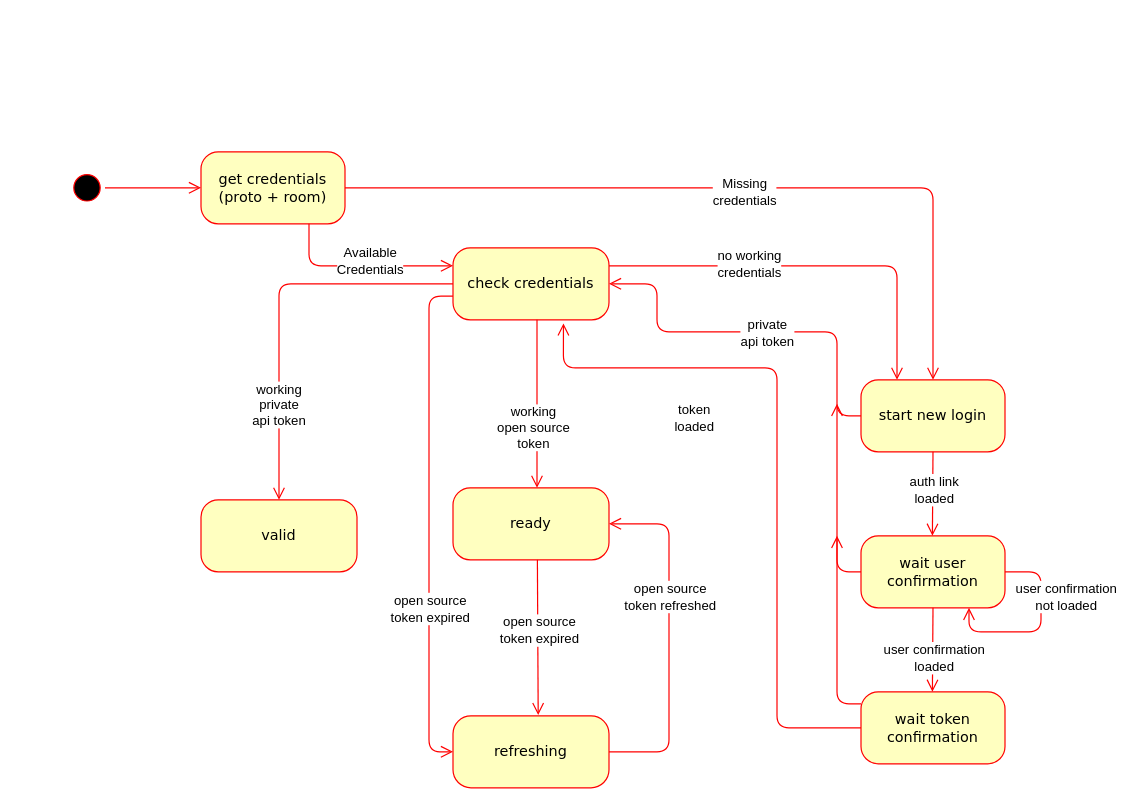
The draw.io diagram extra_assets/fsm_authentication.drawio in LivingWithHippos/unchained-android, before the edit. Source tidied: cells renumbered, new cells numbered last; positions are measured from the earlier drawing's top-left corner, leaving out a move shared by most shapes. Both pictures are drawn from the tidied source at 120%, with x=0, y=0 at pixel (68, 151).
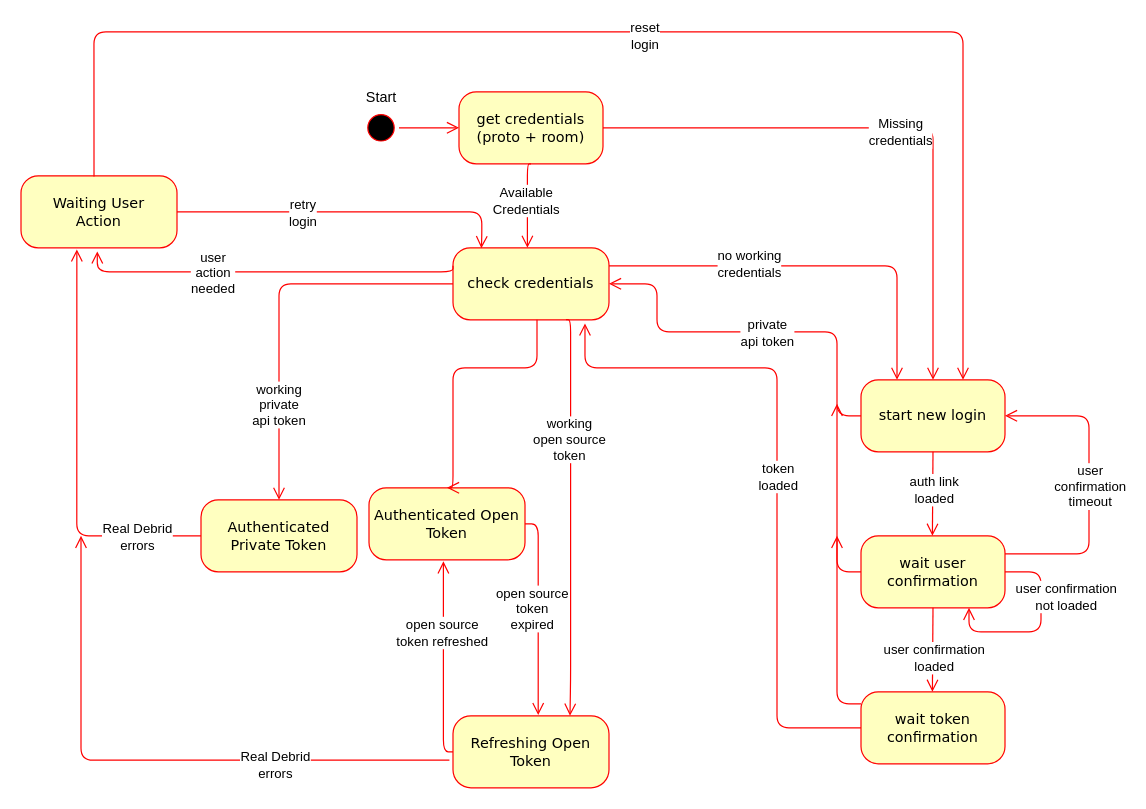
The same diagram, later.

The change refers to these unchanged cells:
```xml
<mxCell id="6" value="check credentials" style="rounded=1;whiteSpace=wrap;html=1;arcSize=24;fillColor=#ffffc0;strokeColor=#ff0000;shadow=0;comic=0;labelBackgroundColor=none;fontFamily=Verdana;fontSize=12;fontColor=#000000;align=center;" parent="1" vertex="1">
  <mxGeometry x="320" y="80" width="130" height="60" as="geometry" />
</mxCell>
<mxCell id="9" value="start new login" style="rounded=1;whiteSpace=wrap;html=1;arcSize=24;fillColor=#ffffc0;strokeColor=#ff0000;shadow=0;comic=0;labelBackgroundColor=none;fontFamily=Verdana;fontSize=12;fontColor=#000000;align=center;" parent="1" vertex="1">
  <mxGeometry x="660" y="190" width="120" height="60" as="geometry" />
</mxCell>
<mxCell id="20" value="wait user confirmation" style="rounded=1;whiteSpace=wrap;html=1;arcSize=24;fillColor=#ffffc0;strokeColor=#ff0000;shadow=0;comic=0;labelBackgroundColor=none;fontFamily=Verdana;fontSize=12;fontColor=#000000;align=center;" parent="1" vertex="1">
  <mxGeometry x="660" y="320" width="120" height="60" as="geometry" />
</mxCell>
<mxCell id="21" value="&lt;div&gt;wait token&lt;/div&gt;&lt;div&gt;confirmation&lt;br&gt;&lt;/div&gt;" style="rounded=1;whiteSpace=wrap;html=1;arcSize=24;fillColor=#ffffc0;strokeColor=#ff0000;shadow=0;comic=0;labelBackgroundColor=none;fontFamily=Verdana;fontSize=12;fontColor=#000000;align=center;" parent="1" vertex="1">
  <mxGeometry x="660" y="450" width="120" height="60" as="geometry" />
</mxCell>
```

Change to the diagram source:
```diff
@@
     <mxCell id="2" style="ellipse;html=1;shape=startState;fillColor=#000000;strokeColor=#ff0000;rounded=1;shadow=0;comic=0;labelBackgroundColor=none;fontFamily=Verdana;fontSize=12;fontColor=#000000;align=center;direction=south;" parent="1" vertex="1">
-      <mxGeometry y="15" width="30" height="30" as="geometry" />
+      <mxGeometry x="245" y="-35" width="30" height="30" as="geometry" />
     </mxCell>
-    <mxCell id="3" value="ready" style="rounded=1;whiteSpace=wrap;html=1;arcSize=24;fillColor=#ffffc0;strokeColor=#ff0000;shadow=0;comic=0;labelBackgroundColor=none;fontFamily=Verdana;fontSize=12;fontColor=#000000;align=center;" parent="1" vertex="1">
-      <mxGeometry x="320" y="280" width="130" height="60" as="geometry" />
+    <mxCell id="3" value="Authenticated Open Token" style="rounded=1;whiteSpace=wrap;html=1;arcSize=24;fillColor=#ffffc0;strokeColor=#ff0000;shadow=0;comic=0;labelBackgroundColor=none;fontFamily=Verdana;fontSize=12;fontColor=#000000;align=center;" parent="1" vertex="1">
+      <mxGeometry x="250" y="280" width="130" height="60" as="geometry" />
     </mxCell>
     <mxCell id="4" value="get credentials (proto + room)" style="rounded=1;whiteSpace=wrap;html=1;arcSize=24;fillColor=#ffffc0;strokeColor=#ff0000;shadow=0;comic=0;labelBackgroundColor=none;fontFamily=Verdana;fontSize=12;fontColor=#000000;align=center;" parent="1" vertex="1">
-      <mxGeometry x="110" width="120" height="60" as="geometry" />
+      <mxGeometry x="325" y="-50" width="120" height="60" as="geometry" />
     </mxCell>
@@
     <mxCell id="7" style="edgeStyle=orthogonalEdgeStyle;html=1;exitX=1;exitY=0.5;labelBackgroundColor=none;endArrow=open;endSize=8;strokeColor=#ff0000;fontFamily=Verdana;fontSize=12;align=left;exitDx=0;exitDy=0;entryX=0.5;entryY=0;entryDx=0;entryDy=0;" parent="1" edge="1" source="4" target="9">
       <mxGeometry relative="1" as="geometry">
         <Array as="points">
-          <mxPoint x="720" y="30" />
+          <mxPoint x="720" y="-20" />
         </Array>
       </mxGeometry>
     </mxCell>
@@
-    <mxCell id="11" style="edgeStyle=orthogonalEdgeStyle;html=1;labelBackgroundColor=none;endArrow=open;endSize=8;strokeColor=#ff0000;fontFamily=Verdana;fontSize=12;align=left;entryX=0;entryY=0.25;entryDx=0;entryDy=0;" parent="1" edge="1" source="4" target="6">
+    <mxCell id="11" style="edgeStyle=orthogonalEdgeStyle;html=1;labelBackgroundColor=none;endArrow=open;endSize=8;strokeColor=#ff0000;fontFamily=Verdana;fontSize=12;align=left;exitX=0.5;exitY=1;exitDx=0;exitDy=0;" parent="1" edge="1" source="4">
       <mxGeometry relative="1" as="geometry">
+        <mxPoint x="382" y="80" as="targetPoint" />
         <Array as="points">
-          <mxPoint x="200" y="95" />
+          <mxPoint x="382" y="10" />
         </Array>
       </mxGeometry>
     </mxCell>
     <mxCell id="12" value="Available&lt;br&gt;Credentials" style="edgeLabel;html=1;align=center;verticalAlign=middle;" parent="1" vertex="1">
-      <mxGeometry x="250" y="90" as="geometry" />
+      <mxGeometry x="380" y="40" as="geometry" />
     </mxCell>
@@
-    <mxCell id="14" value="refreshing" style="rounded=1;whiteSpace=wrap;html=1;arcSize=25;fillColor=#ffffc0;strokeColor=#ff0000;shadow=0;comic=0;labelBackgroundColor=none;fontFamily=Verdana;fontSize=12;fontColor=#000000;align=center;" parent="1" vertex="1">
+    <mxCell id="14" value="Refreshing Open Token" style="rounded=1;whiteSpace=wrap;html=1;arcSize=25;fillColor=#ffffc0;strokeColor=#ff0000;shadow=0;comic=0;labelBackgroundColor=none;fontFamily=Verdana;fontSize=12;fontColor=#000000;align=center;" parent="1" vertex="1">
       <mxGeometry x="320" y="470" width="130" height="60" as="geometry" />
     </mxCell>
-    <mxCell id="15" style="edgeStyle=elbowEdgeStyle;html=1;labelBackgroundColor=none;endArrow=open;endSize=8;strokeColor=#ff0000;fontFamily=Verdana;fontSize=12;align=left;exitX=1;exitY=0.5;exitDx=0;exitDy=0;entryX=1;entryY=0.5;entryDx=0;entryDy=0;" parent="1" edge="1" source="14" target="3">
+    <mxCell id="15" style="edgeStyle=elbowEdgeStyle;html=1;labelBackgroundColor=none;endArrow=open;endSize=8;strokeColor=#ff0000;fontFamily=Verdana;fontSize=12;align=left;exitX=0;exitY=0.5;exitDx=0;exitDy=0;entryX=0.478;entryY=1.021;entryDx=0;entryDy=0;entryPerimeter=0;" parent="1" edge="1" source="14" target="3">
       <mxGeometry relative="1" as="geometry">
         <Array as="points">
+          <mxPoint x="312" y="420" />
           <mxPoint x="500" y="380" />
           <mxPoint x="400" y="370" />
         </Array>
       </mxGeometry>
     </mxCell>
-    <mxCell id="16" style="edgeStyle=orthogonalEdgeStyle;html=1;labelBackgroundColor=none;endArrow=open;endSize=8;strokeColor=#ff0000;fontFamily=Verdana;fontSize=12;align=left;entryX=0.5;entryY=0;entryDx=0;entryDy=0;" parent="1" edge="1">
+    <mxCell id="16" style="edgeStyle=orthogonalEdgeStyle;html=1;labelBackgroundColor=none;endArrow=open;endSize=8;strokeColor=#ff0000;fontFamily=Verdana;fontSize=12;align=left;entryX=0.5;entryY=0;entryDx=0;entryDy=0;" parent="1" edge="1" target="3">
       <mxGeometry relative="1" as="geometry">
         <mxPoint x="390" y="140" as="sourcePoint" />
-        <mxPoint x="390" y="280" as="targetPoint" />
         <Array as="points">
-          <mxPoint x="390" y="270" />
-          <mxPoint x="390" y="270" />
+          <mxPoint x="390" y="180" />
+          <mxPoint x="320" y="180" />
+          <mxPoint x="320" y="280" />
         </Array>
       </mxGeometry>
     </mxCell>
-    <mxCell id="17" value="working &lt;br&gt;&lt;div&gt;open source&lt;/div&gt;&lt;div&gt;token&lt;br&gt;&lt;/div&gt;" style="edgeLabel;html=1;align=center;verticalAlign=middle;" parent="1" vertex="1">
-      <mxGeometry x="390" y="280" as="geometry">
-        <mxPoint x="-4" y="-51" as="offset" />
-      </mxGeometry>
-    </mxCell>
@@
-    <mxCell id="27" style="edgeStyle=orthogonalEdgeStyle;html=1;entryX=0.708;entryY=1.05;labelBackgroundColor=none;endArrow=open;endSize=8;strokeColor=#ff0000;fontFamily=Verdana;fontSize=12;align=left;exitX=0;exitY=0.5;exitDx=0;exitDy=0;entryDx=0;entryDy=0;entryPerimeter=0;" parent="1" edge="1" source="21" target="6">
+    <mxCell id="27" style="edgeStyle=orthogonalEdgeStyle;html=1;entryX=0.846;entryY=1.05;labelBackgroundColor=none;endArrow=open;endSize=8;strokeColor=#ff0000;fontFamily=Verdana;fontSize=12;align=left;exitX=0;exitY=0.5;exitDx=0;exitDy=0;entryDx=0;entryDy=0;entryPerimeter=0;" parent="1" edge="1" source="21" target="6">
       <mxGeometry relative="1" as="geometry">
         <Array as="points">
           <mxPoint x="590" y="480" />
           <mxPoint x="590" y="180" />
-          <mxPoint x="412" y="180" />
+          <mxPoint x="430" y="180" />
         </Array>
       </mxGeometry>
     </mxCell>
     <mxCell id="28" value="&lt;div&gt;token&lt;/div&gt;&lt;div&gt;loaded&lt;br&gt;&lt;/div&gt;" style="edgeLabel;html=1;align=center;verticalAlign=middle;" parent="27" vertex="1">
       <mxGeometry x="0.04" y="-3" relative="1" as="geometry">
-        <mxPoint x="-73" y="-25" as="offset" />
+        <mxPoint x="-3" y="15" as="offset" />
       </mxGeometry>
     </mxCell>
     <mxCell id="29" value="&lt;div&gt;open source&lt;/div&gt;&lt;div&gt;token refreshed&lt;br&gt;&lt;/div&gt;" style="edgeLabel;html=1;align=center;verticalAlign=middle;" parent="1" vertex="1">
-      <mxGeometry x="500" y="370" as="geometry" />
+      <mxGeometry x="310" y="400" as="geometry" />
     </mxCell>
@@
-    <mxCell id="31" style="edgeStyle=elbowEdgeStyle;html=1;labelBackgroundColor=none;endArrow=open;endSize=8;strokeColor=#ff0000;fontFamily=Verdana;fontSize=12;align=left;exitX=0.541;exitY=1.001;exitDx=0;exitDy=0;entryX=0.543;entryY=-0.01;entryDx=0;entryDy=0;entryPerimeter=0;exitPerimeter=0;" parent="1" edge="1" source="3" target="14">
+    <mxCell id="31" style="edgeStyle=elbowEdgeStyle;html=1;labelBackgroundColor=none;endArrow=open;endSize=8;strokeColor=#ff0000;fontFamily=Verdana;fontSize=12;align=left;exitX=1;exitY=0.5;exitDx=0;exitDy=0;entryX=0.543;entryY=-0.01;entryDx=0;entryDy=0;entryPerimeter=0;" parent="1" edge="1" source="3" target="14">
       <mxGeometry relative="1" as="geometry">
         <Array as="points">
           <mxPoint x="391" y="370" />
           <mxPoint x="380" y="370" />
         </Array>
       </mxGeometry>
     </mxCell>
-    <mxCell id="32" value="&lt;div&gt;open source&lt;/div&gt;&lt;div&gt;token expired&lt;br&gt;&lt;/div&gt;" style="edgeLabel;html=1;align=center;verticalAlign=middle;" parent="31" vertex="1">
+    <mxCell id="32" value="&lt;div&gt;open source&lt;/div&gt;&lt;div&gt;token &lt;br&gt;&lt;/div&gt;&lt;div&gt;expired&lt;br&gt;&lt;/div&gt;" style="edgeLabel;html=1;align=center;verticalAlign=middle;" parent="31" vertex="1">
       <mxGeometry x="-0.37" y="-1" relative="1" as="geometry">
-        <mxPoint x="1" y="18" as="offset" />
+        <mxPoint x="-5" y="27" as="offset" />
       </mxGeometry>
     </mxCell>
@@
-    <mxCell id="35" value="valid" style="rounded=1;whiteSpace=wrap;html=1;arcSize=24;fillColor=#ffffc0;strokeColor=#ff0000;shadow=0;comic=0;labelBackgroundColor=none;fontFamily=Verdana;fontSize=12;fontColor=#000000;align=center;" parent="1" vertex="1">
+    <mxCell id="35" value="&lt;div&gt;Authenticated Private Token&lt;/div&gt;" style="rounded=1;whiteSpace=wrap;html=1;arcSize=24;fillColor=#ffffc0;strokeColor=#ff0000;shadow=0;comic=0;labelBackgroundColor=none;fontFamily=Verdana;fontSize=12;fontColor=#000000;align=center;" parent="1" vertex="1">
       <mxGeometry x="110" y="290" width="130" height="60" as="geometry" />
     </mxCell>
@@
-    <mxCell id="38" style="edgeStyle=orthogonalEdgeStyle;html=1;labelBackgroundColor=none;endArrow=open;endSize=8;strokeColor=#ff0000;fontFamily=Verdana;fontSize=12;align=left;entryX=0;entryY=0.5;entryDx=0;entryDy=0;exitX=0;exitY=0.672;exitDx=0;exitDy=0;exitPerimeter=0;" parent="1" edge="1" source="6" target="14">
+    <mxCell id="38" style="edgeStyle=orthogonalEdgeStyle;html=1;labelBackgroundColor=none;endArrow=open;endSize=8;strokeColor=#ff0000;fontFamily=Verdana;fontSize=12;align=left;entryX=0.75;entryY=0;entryDx=0;entryDy=0;exitX=0.724;exitY=0.998;exitDx=0;exitDy=0;exitPerimeter=0;" parent="1" edge="1" source="6" target="14">
       <mxGeometry relative="1" as="geometry">
         <Array as="points">
-          <mxPoint x="300" y="121" />
-          <mxPoint x="300" y="500" />
+          <mxPoint x="418" y="140" />
+          <mxPoint x="418" y="440" />
         </Array>
       </mxGeometry>
     </mxCell>
-    <mxCell id="39" value="&lt;div&gt;open source&lt;/div&gt;&lt;div&gt;token expired&lt;br&gt;&lt;/div&gt;" style="edgeLabel;html=1;align=center;verticalAlign=middle;" parent="1" vertex="1">
-      <mxGeometry x="300" y="380" as="geometry" />
-    </mxCell>
+    <mxCell id="40" value="&lt;div&gt;Waiting User&lt;/div&gt;&lt;div&gt;Action&lt;/div&gt;" style="rounded=1;whiteSpace=wrap;html=1;arcSize=24;fillColor=#ffffc0;strokeColor=#ff0000;shadow=0;comic=0;labelBackgroundColor=none;fontFamily=Verdana;fontSize=12;fontColor=#000000;align=center;" parent="1" vertex="1">
+      <mxGeometry x="-40" y="20" width="130" height="60" as="geometry" />
+    </mxCell>
+    <mxCell id="41" value="&lt;div&gt;Start&lt;/div&gt;" style="text;html=1;align=center;verticalAlign=middle;strokeColor=none;fillColor=none;" parent="1" vertex="1">
+      <mxGeometry x="240" y="-55" width="40" height="20" as="geometry" />
+    </mxCell>
+    <mxCell id="42" style="edgeStyle=orthogonalEdgeStyle;html=1;labelBackgroundColor=none;endArrow=open;endSize=8;strokeColor=#ff0000;fontFamily=Verdana;fontSize=12;align=left;entryX=0.489;entryY=1.05;entryDx=0;entryDy=0;exitX=0;exitY=0.25;exitDx=0;exitDy=0;entryPerimeter=0;" parent="1" edge="1" source="6" target="40">
+      <mxGeometry relative="1" as="geometry">
+        <Array as="points">
+          <mxPoint x="320" y="100" />
+          <mxPoint x="24" y="100" />
+        </Array>
+      </mxGeometry>
+    </mxCell>
+    <mxCell id="43" value="&lt;div&gt;user &lt;br&gt;&lt;/div&gt;&lt;div&gt;action &lt;br&gt;&lt;/div&gt;&lt;div&gt;needed&lt;/div&gt;" style="edgeLabel;html=1;align=center;verticalAlign=middle;" parent="1" vertex="1">
+      <mxGeometry x="135" y="100" as="geometry">
+        <mxPoint x="-16" as="offset" />
+      </mxGeometry>
+    </mxCell>
+    <mxCell id="44" style="edgeStyle=orthogonalEdgeStyle;html=1;labelBackgroundColor=none;endArrow=open;endSize=8;strokeColor=#ff0000;fontFamily=Verdana;fontSize=12;align=left;entryX=0.182;entryY=0.006;entryDx=0;entryDy=0;exitX=1;exitY=0.5;exitDx=0;exitDy=0;entryPerimeter=0;" parent="1" edge="1" source="40" target="6">
+      <mxGeometry relative="1" as="geometry">
+        <Array as="points">
+          <mxPoint x="344" y="50" />
+          <mxPoint x="344" y="70" />
+          <mxPoint x="344" y="70" />
+        </Array>
+      </mxGeometry>
+    </mxCell>
+    <mxCell id="45" value="&lt;div&gt;retry&lt;/div&gt;&lt;div&gt;login&lt;br&gt;&lt;/div&gt;" style="edgeLabel;html=1;align=center;verticalAlign=middle;" parent="1" vertex="1">
+      <mxGeometry x="210" y="50" as="geometry">
+        <mxPoint x="-16" as="offset" />
+      </mxGeometry>
+    </mxCell>
+    <mxCell id="46" style="edgeStyle=orthogonalEdgeStyle;html=1;labelBackgroundColor=none;endArrow=open;endSize=8;strokeColor=#ff0000;fontFamily=Verdana;fontSize=12;align=left;entryX=0.5;entryY=0;entryDx=0;entryDy=0;exitX=0.468;exitY=0.011;exitDx=0;exitDy=0;exitPerimeter=0;" parent="1" edge="1" source="40">
+      <mxGeometry relative="1" as="geometry">
+        <mxPoint x="745" y="190" as="targetPoint" />
+        <Array as="points">
+          <mxPoint x="21" y="-100" />
+          <mxPoint x="745" y="-100" />
+        </Array>
+      </mxGeometry>
+    </mxCell>
+    <mxCell id="47" value="&lt;div&gt;reset&lt;/div&gt;&lt;div&gt;login&lt;br&gt;&lt;/div&gt;" style="edgeLabel;html=1;align=center;verticalAlign=middle;" parent="46" vertex="1">
+      <mxGeometry x="0.02" y="-3" relative="1" as="geometry" />
+    </mxCell>
+    <mxCell id="48" style="edgeStyle=orthogonalEdgeStyle;html=1;entryX=1;entryY=0.5;labelBackgroundColor=none;endArrow=open;endSize=8;strokeColor=#ff0000;fontFamily=Verdana;fontSize=12;align=left;exitX=1;exitY=0.25;exitDx=0;exitDy=0;entryDx=0;entryDy=0;" parent="1" edge="1" source="20" target="9">
+      <mxGeometry relative="1" as="geometry">
+        <Array as="points">
+          <mxPoint x="850" y="335" />
+          <mxPoint x="850" y="220" />
+        </Array>
+      </mxGeometry>
+    </mxCell>
+    <mxCell id="49" value="&lt;div&gt;user&lt;/div&gt;&lt;div&gt;confirmation&lt;/div&gt;&lt;div&gt;timeout&lt;br&gt;&lt;/div&gt;" style="edgeLabel;html=1;align=center;verticalAlign=middle;" parent="1" vertex="1">
+      <mxGeometry x="860" y="280" as="geometry">
+        <mxPoint x="-10" y="-2" as="offset" />
+      </mxGeometry>
+    </mxCell>
+    <mxCell id="50" style="edgeStyle=orthogonalEdgeStyle;html=1;labelBackgroundColor=none;endArrow=open;endSize=8;strokeColor=#ff0000;fontFamily=Verdana;fontSize=12;align=left;entryX=0.358;entryY=1.022;entryDx=0;entryDy=0;exitX=0;exitY=0.5;exitDx=0;exitDy=0;entryPerimeter=0;" parent="1" edge="1" source="35" target="40">
+      <mxGeometry relative="1" as="geometry">
+        <Array as="points">
+          <mxPoint x="7" y="320" />
+          <mxPoint x="7" y="81" />
+        </Array>
+      </mxGeometry>
+    </mxCell>
+    <mxCell id="51" value="&lt;div&gt;Real Debrid&lt;/div&gt;&lt;div&gt;errors&lt;br&gt;&lt;/div&gt;" style="edgeLabel;html=1;align=center;verticalAlign=middle;" parent="1" vertex="1">
+      <mxGeometry x="60" y="320" as="geometry">
+        <mxPoint x="-4" as="offset" />
+      </mxGeometry>
+    </mxCell>
+    <mxCell id="17" value="working &lt;br&gt;&lt;div&gt;open source&lt;/div&gt;&lt;div&gt;token&lt;br&gt;&lt;/div&gt;" style="edgeLabel;html=1;align=center;verticalAlign=middle;" parent="1" vertex="1">
+      <mxGeometry x="420" y="290" as="geometry">
+        <mxPoint x="-4" y="-51" as="offset" />
+      </mxGeometry>
+    </mxCell>
+    <mxCell id="52" style="edgeStyle=orthogonalEdgeStyle;html=1;labelBackgroundColor=none;endArrow=open;endSize=8;strokeColor=#ff0000;fontFamily=Verdana;fontSize=12;align=left;exitX=-0.023;exitY=0.617;exitDx=0;exitDy=0;exitPerimeter=0;" parent="1" edge="1" source="14">
+      <mxGeometry relative="1" as="geometry">
+        <mxPoint x="10" y="320" as="targetPoint" />
+        <Array as="points">
+          <mxPoint x="10" y="507" />
+        </Array>
+      </mxGeometry>
+    </mxCell>
+    <mxCell id="53" value="&lt;div&gt;Real Debrid&lt;/div&gt;&lt;div&gt;errors&lt;br&gt;&lt;/div&gt;" style="edgeLabel;html=1;align=center;verticalAlign=middle;" parent="1" vertex="1">
+      <mxGeometry x="175" y="510" as="geometry">
+        <mxPoint x="-4" as="offset" />
+      </mxGeometry>
+    </mxCell>
```
